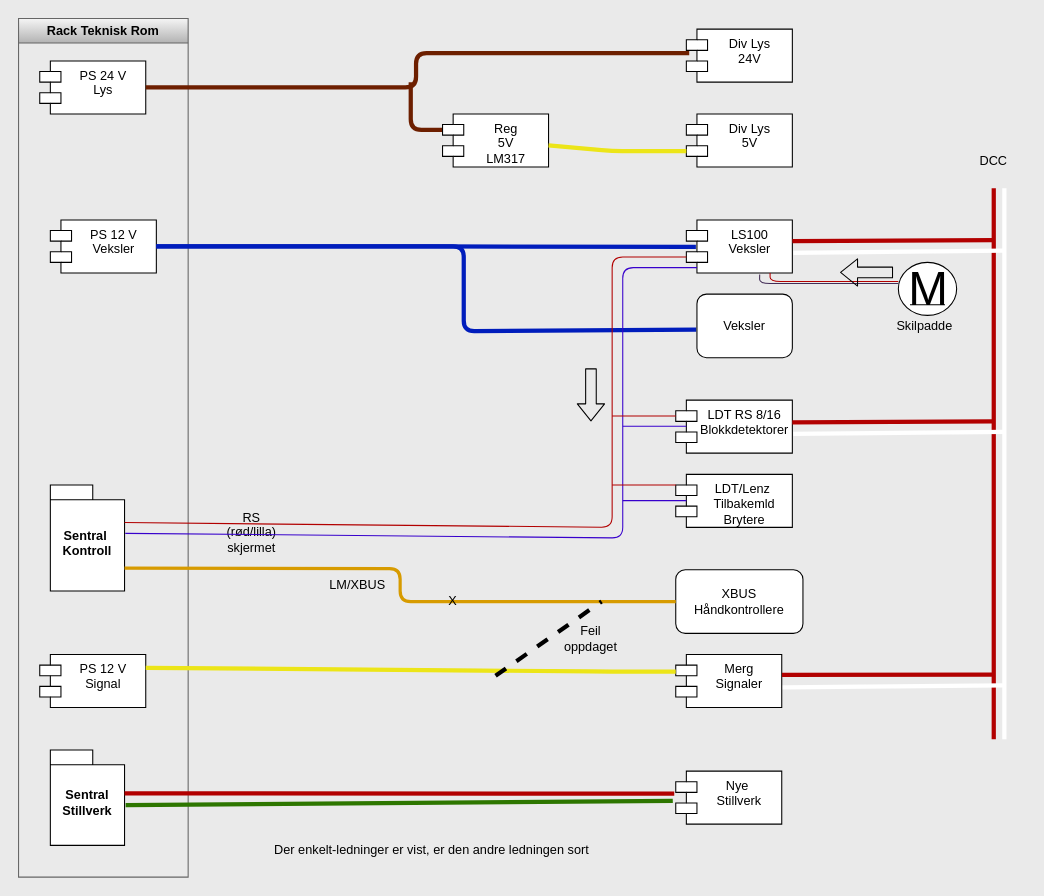
DrammenMJK/Elektrisk keeps this draw.io diagram as PowerSupplies.drawio. Above is the earlier version. Source tidied: cells renumbered, new cells numbered last; positions are measured from the earlier drawing's top-left corner, leaving out a move shared by most shapes. Both pictures are drawn from the tidied source at 106%, with x=0, y=0 at pixel (18, 18).
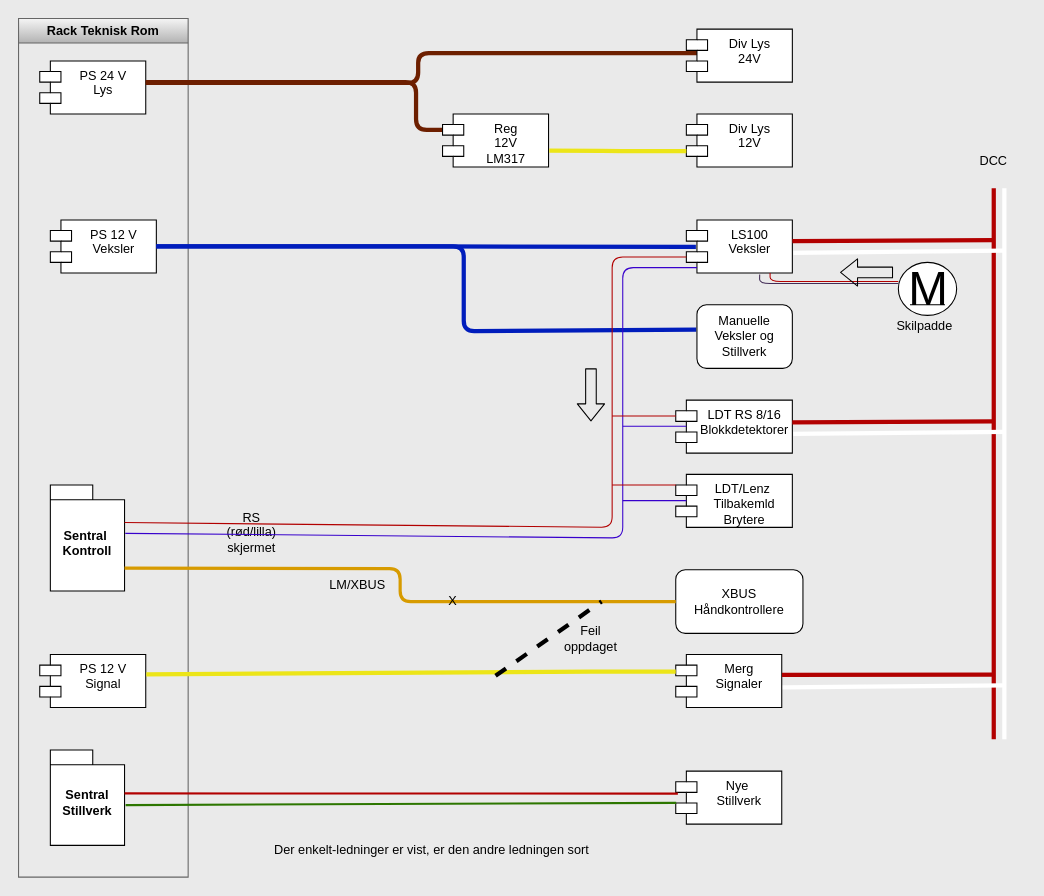
The same diagram, later.

Commit message (it also covers changes not shown here):
rettet systemskisse

The change refers to these unchanged cells:
```xml
<mxCell id="2" value="Rack Teknisk Rom" style="swimlane;whiteSpace=wrap;html=1;fillColor=#f5f5f5;gradientColor=#b3b3b3;strokeColor=#666666;shadow=0;" parent="1" vertex="1">
  <mxGeometry width="160" height="810" as="geometry" />
</mxCell>
<mxCell id="3" value="PS 24 V&lt;div&gt;Lys&lt;/div&gt;" style="shape=module;align=left;spacingLeft=20;align=center;verticalAlign=top;whiteSpace=wrap;html=1;" parent="2" vertex="1">
  <mxGeometry x="20" y="40" width="100" height="50" as="geometry" />
</mxCell>
<mxCell id="11" value="Div Lys&lt;div&gt;24V&lt;/div&gt;" style="shape=module;align=left;spacingLeft=20;align=center;verticalAlign=top;whiteSpace=wrap;html=1;" parent="1" vertex="1">
  <mxGeometry x="630" y="10" width="100" height="50" as="geometry" />
</mxCell>
<mxCell id="45" value="Nye&amp;nbsp;&lt;div&gt;Stillverk&lt;/div&gt;" style="shape=module;align=left;spacingLeft=20;align=center;verticalAlign=top;whiteSpace=wrap;html=1;" parent="1" vertex="1">
  <mxGeometry x="620" y="710" width="100" height="50" as="geometry" />
</mxCell>
```

Change to the diagram source:
```diff
@@
+    <mxCell id="5" value="PS 12 V&lt;div&gt;Signal&lt;/div&gt;" style="shape=module;align=left;spacingLeft=20;align=center;verticalAlign=top;whiteSpace=wrap;html=1;" parent="2" vertex="1">
+      <mxGeometry x="20" y="600" width="100" height="50" as="geometry" />
+    </mxCell>
@@
-    <mxCell id="5" value="PS 12 V&lt;div&gt;Signal&lt;/div&gt;" style="shape=module;align=left;spacingLeft=20;align=center;verticalAlign=top;whiteSpace=wrap;html=1;" parent="1" vertex="1">
-      <mxGeometry x="20" y="600" width="100" height="50" as="geometry" />
-    </mxCell>
@@
-    <mxCell id="8" style="edgeStyle=elbowEdgeStyle;html=1;exitX=0;exitY=0;exitDx=0;exitDy=15;exitPerimeter=0;fillColor=#a0522d;strokeColor=#6D1F00;rounded=1;strokeWidth=4;align=center;verticalAlign=middle;fontFamily=Helvetica;fontSize=11;fontColor=default;labelBackgroundColor=default;endArrow=none;" parent="1" edge="1" source="9">
+    <mxCell id="8" style="edgeStyle=elbowEdgeStyle;html=1;exitX=0;exitY=0;exitDx=0;exitDy=15;exitPerimeter=0;fillColor=#a0522d;strokeColor=#6D1F00;rounded=1;strokeWidth=4;align=center;verticalAlign=middle;fontFamily=Helvetica;fontSize=11;fontColor=default;labelBackgroundColor=default;endArrow=none;" parent="1" edge="1">
       <mxGeometry relative="1" as="geometry">
-        <mxPoint x="370" y="60" as="targetPoint" />
+        <mxPoint x="405" y="105" as="sourcePoint" />
+        <mxPoint x="120" y="60" as="targetPoint" />
         <Array as="points">
-          <mxPoint x="370" y="80" />
+          <mxPoint x="375" y="80" />
         </Array>
       </mxGeometry>
     </mxCell>
-    <mxCell id="9" value="Reg&lt;div&gt;5V&lt;/div&gt;&lt;div&gt;LM317&lt;/div&gt;&lt;div&gt;&lt;br&gt;&lt;/div&gt;" style="shape=module;align=left;spacingLeft=20;align=center;verticalAlign=top;whiteSpace=wrap;html=1;" parent="1" vertex="1">
+    <mxCell id="9" value="Reg&lt;div&gt;12V&lt;/div&gt;&lt;div&gt;LM317&lt;/div&gt;&lt;div&gt;&lt;br&gt;&lt;/div&gt;" style="shape=module;align=left;spacingLeft=20;align=center;verticalAlign=top;whiteSpace=wrap;html=1;" parent="1" vertex="1">
       <mxGeometry x="400" y="90" width="100" height="50" as="geometry" />
     </mxCell>
-    <mxCell id="10" style="endArrow=none;html=1;exitX=1;exitY=0.5;exitDx=0;exitDy=0;entryX=0.027;entryY=0.453;entryDx=0;entryDy=0;entryPerimeter=0;edgeStyle=orthogonalEdgeStyle;strokeWidth=4;fillColor=#a0522d;strokeColor=#6D1F00;" parent="1" edge="1" source="3" target="11">
-      <mxGeometry relative="1" as="geometry" />
+    <mxCell id="10" style="endArrow=none;html=1;exitX=1;exitY=0.415;exitDx=0;exitDy=0;entryX=0.027;entryY=0.453;entryDx=0;entryDy=0;entryPerimeter=0;edgeStyle=orthogonalEdgeStyle;strokeWidth=4;fillColor=#a0522d;strokeColor=#6D1F00;exitPerimeter=0;" parent="1" edge="1" source="3">
+      <mxGeometry relative="1" as="geometry">
+        <mxPoint x="640" y="32.6" as="targetPoint" />
+        <Array as="points">
+          <mxPoint x="377" y="61" />
+          <mxPoint x="377" y="33" />
+        </Array>
+      </mxGeometry>
     </mxCell>
@@
-    <mxCell id="12" value="Div Lys&lt;div&gt;5V&lt;/div&gt;" style="shape=module;align=left;spacingLeft=20;align=center;verticalAlign=top;whiteSpace=wrap;html=1;" parent="1" vertex="1">
+    <mxCell id="12" value="Div Lys&lt;div&gt;12V&lt;/div&gt;" style="shape=module;align=left;spacingLeft=20;align=center;verticalAlign=top;whiteSpace=wrap;html=1;" parent="1" vertex="1">
       <mxGeometry x="630" y="90" width="100" height="50" as="geometry" />
     </mxCell>
-    <mxCell id="13" style="edgeStyle=none;html=1;entryX=0;entryY=0;entryDx=0;entryDy=35;entryPerimeter=0;fillColor=#ffff88;strokeColor=light-dark(#ece518, #babdc0);rounded=1;strokeWidth=4;align=center;verticalAlign=middle;fontFamily=Helvetica;fontSize=11;fontColor=default;labelBackgroundColor=default;endArrow=none;" parent="1" edge="1" source="9" target="12">
+    <mxCell id="13" style="edgeStyle=none;html=1;entryX=0;entryY=0;entryDx=0;entryDy=35;entryPerimeter=0;fillColor=#ffff88;strokeColor=light-dark(#ece518, #babdc0);rounded=1;strokeWidth=4;align=center;verticalAlign=middle;fontFamily=Helvetica;fontSize=11;fontColor=default;labelBackgroundColor=default;endArrow=none;exitX=1.007;exitY=0.691;exitDx=0;exitDy=0;exitPerimeter=0;" parent="1" edge="1" source="9" target="12">
       <mxGeometry relative="1" as="geometry">
         <Array as="points">
           <mxPoint x="560" y="125" />
         </Array>
       </mxGeometry>
     </mxCell>
@@
-    <mxCell id="23" value="Veksler" style="rounded=1;whiteSpace=wrap;html=1;" parent="1" vertex="1">
-      <mxGeometry x="640" y="260" width="90" height="60" as="geometry" />
+    <mxCell id="23" value="Manuelle&lt;div&gt;Veksler og&lt;/div&gt;&lt;div&gt;Stillverk&lt;/div&gt;" style="rounded=1;whiteSpace=wrap;html=1;" parent="1" vertex="1">
+      <mxGeometry x="640" y="270" width="90" height="60" as="geometry" />
     </mxCell>
@@
-    <mxCell id="28" style="edgeStyle=none;html=1;entryX=0;entryY=0;entryDx=0;entryDy=35;entryPerimeter=0;fillColor=#ffff88;strokeColor=light-dark(#ece518, #babdc0);rounded=1;strokeWidth=4;align=center;verticalAlign=middle;fontFamily=Helvetica;fontSize=11;fontColor=default;labelBackgroundColor=default;endArrow=none;exitX=1;exitY=0.25;exitDx=0;exitDy=0;" parent="1" edge="1" source="5">
+    <mxCell id="28" style="edgeStyle=none;html=1;entryX=0;entryY=0;entryDx=0;entryDy=35;entryPerimeter=0;fillColor=#ffff88;strokeColor=light-dark(#ece518, #babdc0);rounded=1;strokeWidth=4;align=center;verticalAlign=middle;fontFamily=Helvetica;fontSize=11;fontColor=default;labelBackgroundColor=default;endArrow=none;exitX=1.005;exitY=0.373;exitDx=0;exitDy=0;exitPerimeter=0;" parent="1" edge="1" source="5">
       <mxGeometry relative="1" as="geometry">
         <mxPoint x="620" y="616" as="targetPoint" />
         <Array as="points">
           <mxPoint x="550" y="616" />
         </Array>
       </mxGeometry>
     </mxCell>
@@
-    <mxCell id="46" style="endArrow=none;html=1;entryX=0.999;entryY=0.419;entryDx=0;entryDy=0;entryPerimeter=0;rounded=1;strokeColor=#B20000;strokeWidth=4;align=center;verticalAlign=middle;fontFamily=Helvetica;fontSize=11;fontColor=default;labelBackgroundColor=default;fillColor=#e51400;exitX=-0.014;exitY=0.423;exitDx=0;exitDy=0;exitPerimeter=0;" parent="1" edge="1" source="45">
+    <mxCell id="46" style="endArrow=none;html=1;entryX=0.999;entryY=0.419;entryDx=0;entryDy=0;entryPerimeter=0;rounded=1;strokeColor=#B20000;strokeWidth=2;align=center;verticalAlign=middle;fontFamily=Helvetica;fontSize=11;fontColor=default;labelBackgroundColor=default;fillColor=#e51400;exitX=0.02;exitY=0.424;exitDx=0;exitDy=0;exitPerimeter=0;" parent="1" edge="1" source="45">
       <mxGeometry relative="1" as="geometry">
         <mxPoint x="100" y="731" as="targetPoint" />
       </mxGeometry>
     </mxCell>
-    <mxCell id="47" style="endArrow=none;html=1;entryX=1.008;entryY=0.637;entryDx=0;entryDy=0;entryPerimeter=0;rounded=1;strokeColor=#2D7600;strokeWidth=4;align=center;verticalAlign=middle;fontFamily=Helvetica;fontSize=11;fontColor=default;labelBackgroundColor=default;fillColor=#60a917;exitX=-0.028;exitY=0.561;exitDx=0;exitDy=0;exitPerimeter=0;" parent="1" edge="1" source="45">
+    <mxCell id="47" style="endArrow=none;html=1;entryX=1.008;entryY=0.637;entryDx=0;entryDy=0;entryPerimeter=0;rounded=1;strokeColor=#2D7600;strokeWidth=2;align=center;verticalAlign=middle;fontFamily=Helvetica;fontSize=11;fontColor=default;labelBackgroundColor=default;fillColor=#60a917;exitX=0.004;exitY=0.598;exitDx=0;exitDy=0;exitPerimeter=0;" parent="1" edge="1" source="45">
       <mxGeometry relative="1" as="geometry">
         <mxPoint x="101" y="742" as="targetPoint" />
       </mxGeometry>
     </mxCell>
```
